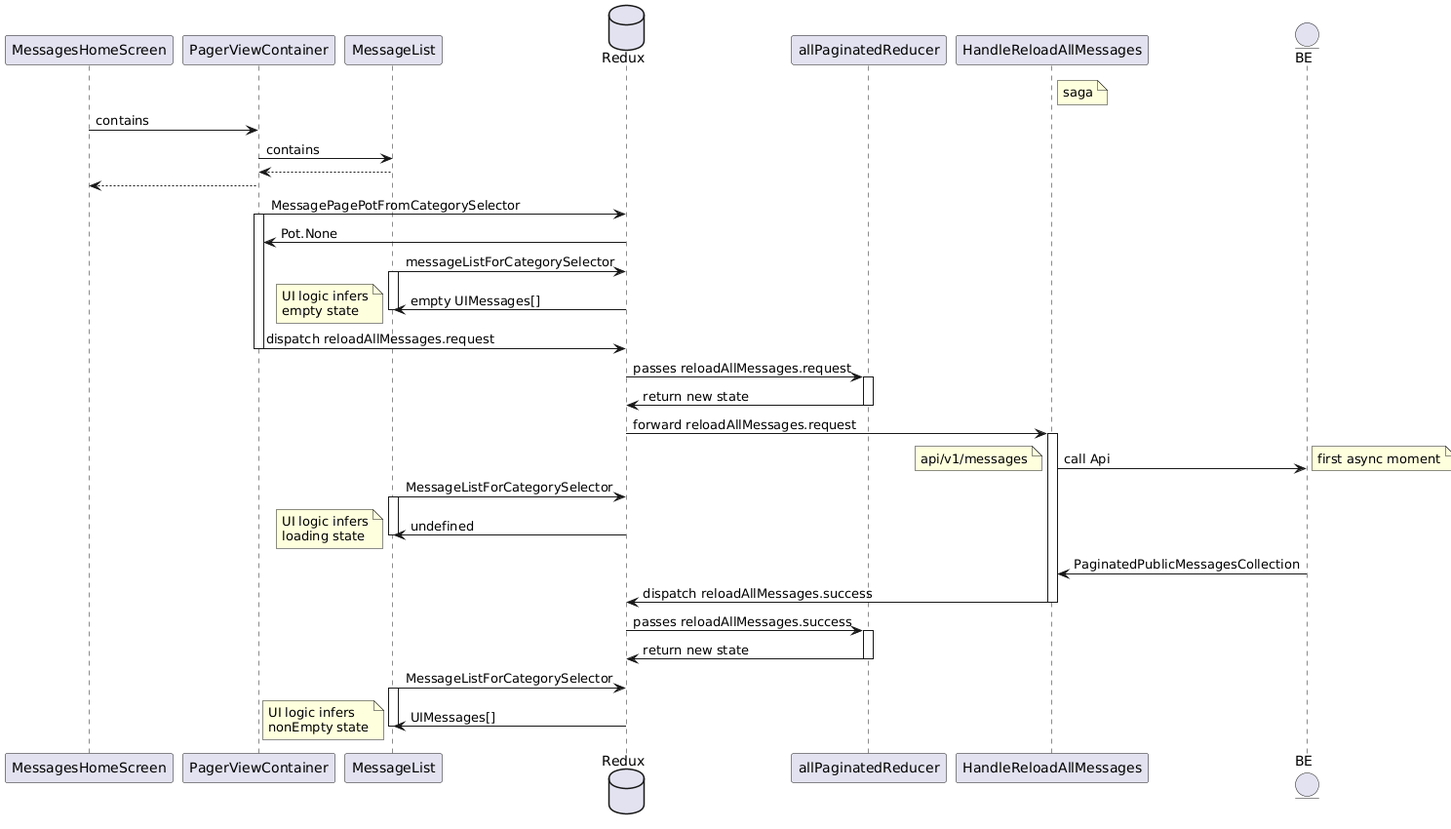
Before: docs/io-app/view-message-list.png, a diagram exported from PlantUML (pagopa/io-messages).
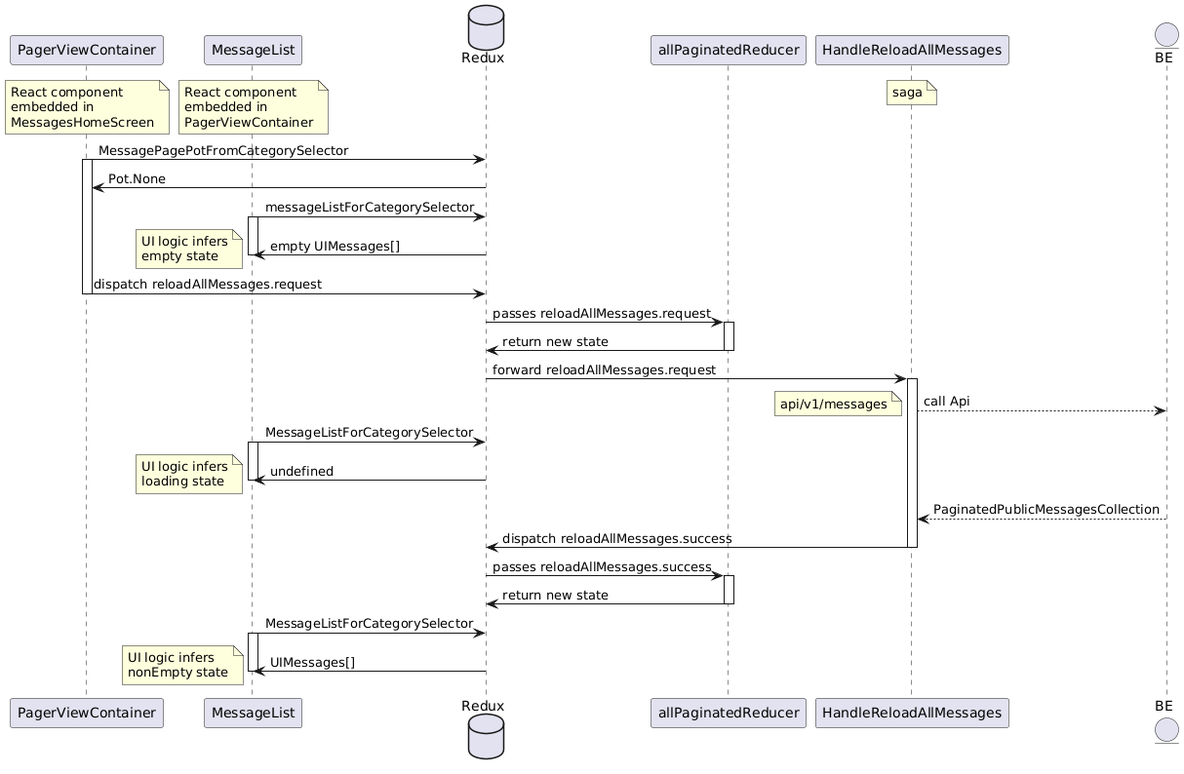
Later version of the same file.

What changed in the source:
```diff
@@ -1,55 +1,72 @@
 @startuml
-participant MessagesHomeScreen
 participant PagerViewContainer
 participant MessageList
 database Redux
 participant allPaginatedReducer
 participant HandleReloadAllMessages
 entity BE
-note right of HandleReloadAllMessages
- saga
+
+note over PagerViewContainer
+React component
+embedded in
+MessagesHomeScreen
 end note
-MessagesHomeScreen -> PagerViewContainer : contains
-PagerViewContainer -> MessageList : contains
-MessageList --> PagerViewContainer
-PagerViewContainer-->  MessagesHomeScreen
-  PagerViewContainer ->  Redux  : MessagePagePotFromCategorySelector
-  activate PagerViewContainer
-  Redux -> PagerViewContainer  : Pot.None
-    MessageList -> Redux : messageListForCategorySelector
-    activate MessageList
-    Redux -> MessageList : empty UIMessages[]
-    note left
- UI logic infers
- empty state
+
+/ note over MessageList
+React component
+embedded in
+PagerViewContainer
 end note
-  deactivate MessageList
-  PagerViewContainer -> Redux : dispatch reloadAllMessages.request
+
+/ note over HandleReloadAllMessages
+saga
+end note
+
+PagerViewContainer -> Redux : MessagePagePotFromCategorySelector
+activate PagerViewContainer
+Redux -> PagerViewContainer : Pot.None
+
+MessageList -> Redux : messageListForCategorySelector
+activate MessageList
+Redux -> MessageList : empty UIMessages[]
+note left
+UI logic infers
+empty state
+end note
+deactivate MessageList
+
+PagerViewContainer -> Redux : dispatch reloadAllMessages.request
 deactivate PagerViewContainer
+
 Redux -> allPaginatedReducer ++ : passes reloadAllMessages.request
 allPaginatedReducer -> Redux --: return new state
-Redux -> HandleReloadAllMessages ++ :  forward reloadAllMessages.request
-HandleReloadAllMessages  -> BE : call Api
+
+Redux -> HandleReloadAllMessages ++ : forward reloadAllMessages.request
+
+HandleReloadAllMessages --> BE : call Api
 note left: api/v1/messages
-note right: first async moment
+
 MessageList -> Redux : MessageListForCategorySelector
 activate MessageList
 Redux -> MessageList : undefined
 note left
- UI logic infers
- loading state
+UI logic infers
+loading state
 end note
 deactivate MessageList
-BE ->HandleReloadAllMessages  : PaginatedPublicMessagesCollection
-HandleReloadAllMessages  -> Redux -- : dispatch reloadAllMessages.success
+
+BE --> HandleReloadAllMessages : PaginatedPublicMessagesCollection
+HandleReloadAllMessages -> Redux -- : dispatch reloadAllMessages.success
+
 Redux -> allPaginatedReducer ++ : passes reloadAllMessages.success
 allPaginatedReducer -> Redux -- : return new state
+
 MessageList -> Redux: MessageListForCategorySelector
 activate MessageList
 Redux -> MessageList : UIMessages[]
-  note left
- UI logic infers
- nonEmpty state
+note left
+UI logic infers
+nonEmpty state
 end note
 deactivate MessageList
 @enduml
```
